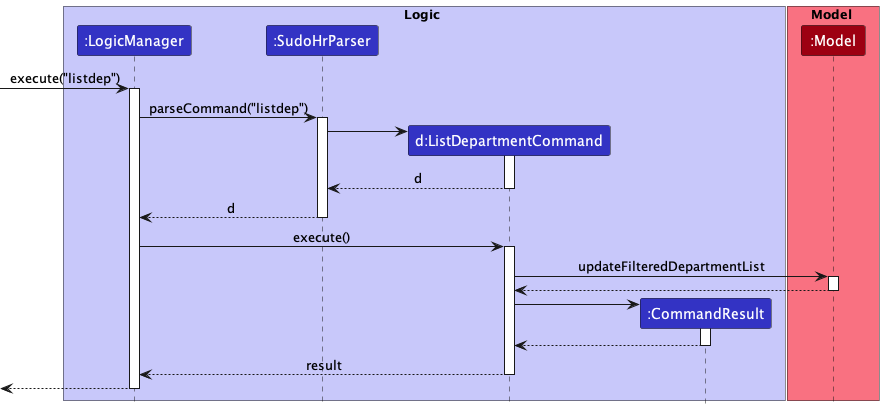
Earlier version of the PlantUML export docs/images/commands/department/ListDepartmentSequenceDiagram.png (nus-cs2103-AY2223S2/tp).
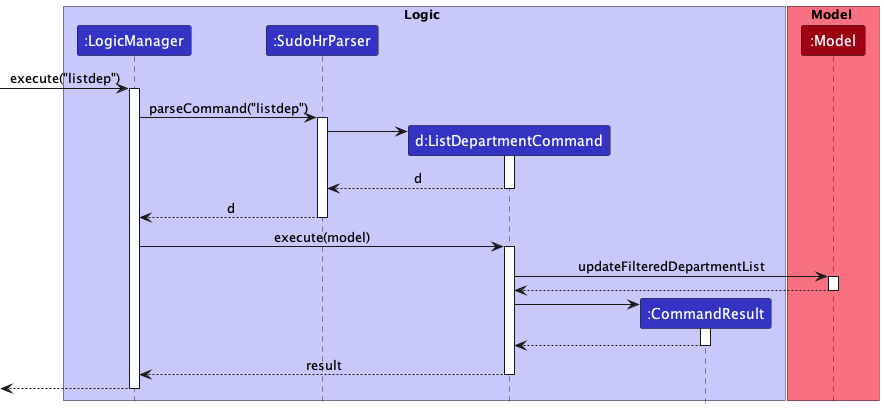
After the commit.

Change to the diagram source:
```diff
@@ -28,7 +28,7 @@
 SudoHrParser --> LogicManager : d
 deactivate SudoHrParser
 
-LogicManager -> ListDepartmentCommand : execute()
+LogicManager -> ListDepartmentCommand : execute(model)
 activate ListDepartmentCommand
 
 ListDepartmentCommand -> Model : updateFilteredDepartmentList
```
